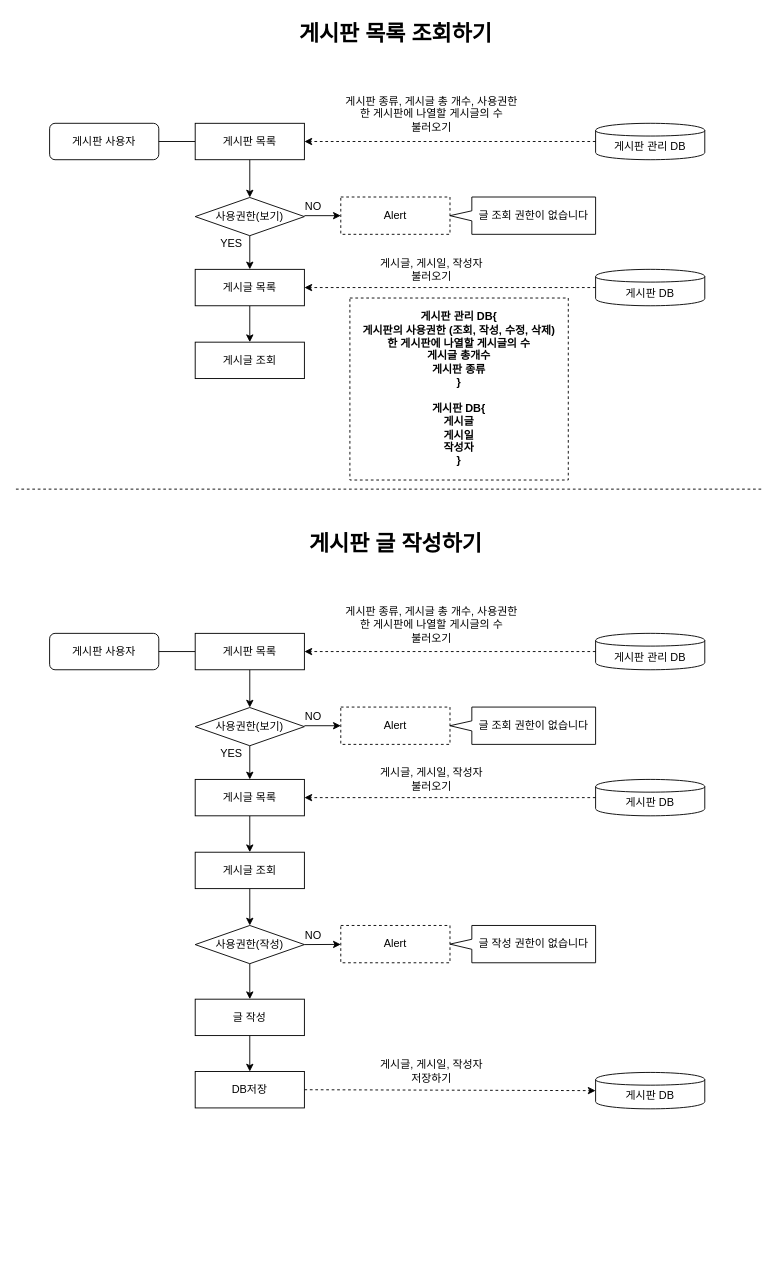
The draw.io diagram BBS.drawio in kingpig77/Git_CSharp, before the edit. Source tidied: cells renumbered, new cells numbered last; positions are measured from the earlier drawing's top-left corner, leaving out a move shared by most shapes. Both pictures are drawn from the tidied source at 91%, with x=0, y=0 at pixel (15, 15).
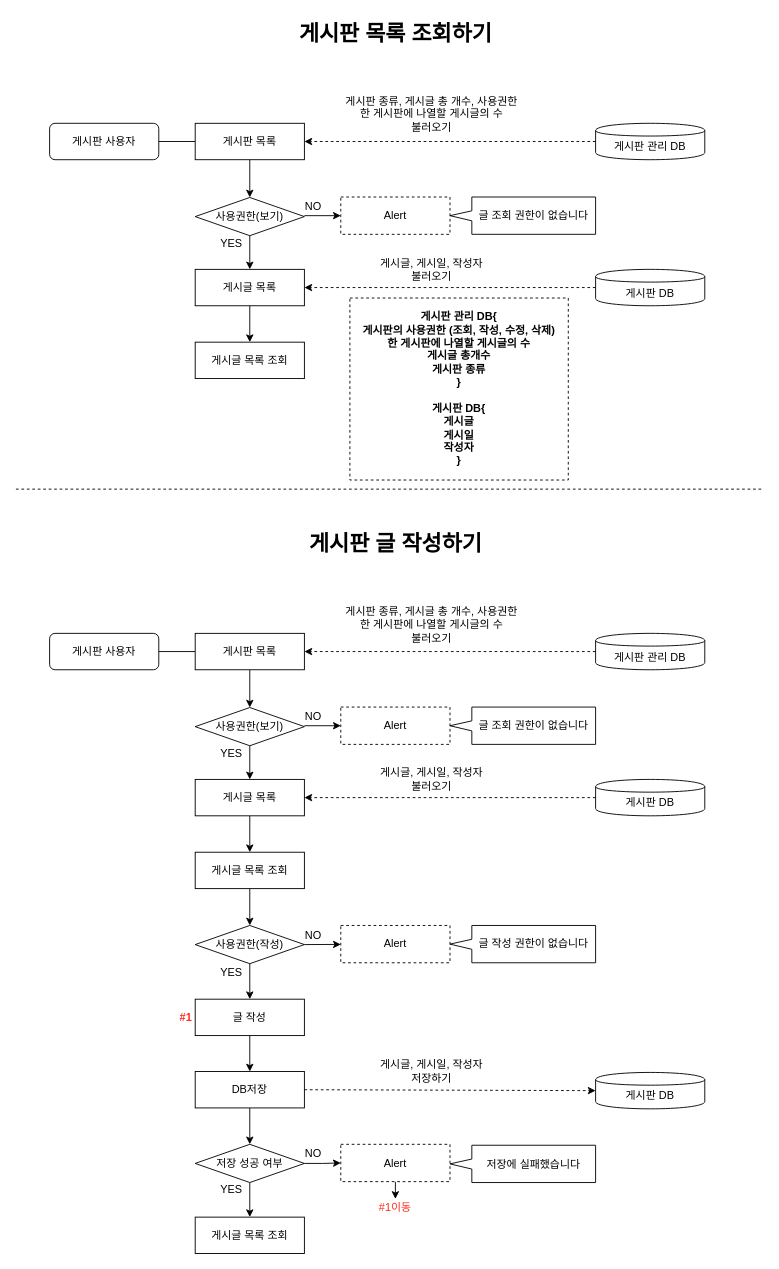
The same page after the edit.

The change refers to these unchanged cells:
```xml
<mxCell id="56" value="DB저장" style="rounded=0;whiteSpace=wrap;html=1;" parent="1" vertex="1">
  <mxGeometry x="197" y="1160" width="120" height="40" as="geometry" />
</mxCell>
```

Diff of the diagram source:
```diff
@@
-    <mxCell id="19" value="게시글 조회" style="rounded=0;whiteSpace=wrap;html=1;" parent="1" vertex="1">
+    <mxCell id="19" value="게시글 목록 조회" style="rounded=0;whiteSpace=wrap;html=1;" parent="1" vertex="1">
       <mxGeometry x="197" y="919" width="120" height="40" as="geometry" />
     </mxCell>
@@
-    <mxCell id="47" value="게시글 조회" style="rounded=0;whiteSpace=wrap;html=1;" parent="1" vertex="1">
+    <mxCell id="47" value="게시글 목록 조회" style="rounded=0;whiteSpace=wrap;html=1;" parent="1" vertex="1">
       <mxGeometry x="197" y="358.5" width="120" height="40" as="geometry" />
     </mxCell>
@@
+    <mxCell id="59" style="edgeStyle=orthogonalEdgeStyle;rounded=0;jettySize=auto;html=1;exitX=0.5;exitY=1;exitDx=0;exitDy=0;entryX=0.5;entryY=0;entryDx=0;entryDy=0;fontColor=#FF2B1C;" parent="1" edge="1" source="56" target="63">
+      <mxGeometry relative="1" as="geometry" />
+    </mxCell>
@@
+    <mxCell id="60" value="#1" style="text;html=1;strokeColor=none;fillColor=none;align=center;verticalAlign=middle;whiteSpace=wrap;rounded=0;fontColor=#FF2B1C;fontStyle=1;" parent="1" vertex="1">
+      <mxGeometry x="167" y="1091" width="40" height="20" as="geometry" />
+    </mxCell>
+    <mxCell id="61" style="edgeStyle=orthogonalEdgeStyle;rounded=0;jettySize=auto;html=1;exitX=1;exitY=0.5;exitDx=0;exitDy=0;entryX=0;entryY=0.5;entryDx=0;entryDy=0;fontColor=#FF2B1C;" parent="1" edge="1" source="63" target="65">
+      <mxGeometry relative="1" as="geometry" />
+    </mxCell>
+    <mxCell id="62" style="edgeStyle=orthogonalEdgeStyle;rounded=0;jettySize=auto;html=1;exitX=0.5;exitY=1;exitDx=0;exitDy=0;entryX=0.5;entryY=0;entryDx=0;entryDy=0;fontColor=#FF2B1C;" parent="1" edge="1" source="63" target="69">
+      <mxGeometry relative="1" as="geometry" />
+    </mxCell>
+    <mxCell id="63" value="저장 성공 여부" style="rhombus;whiteSpace=wrap;html=1;rounded=0;strokeColor=#000000;fontFamily=Helvetica;align=center;" parent="1" vertex="1">
+      <mxGeometry x="197" y="1240" width="120" height="42" as="geometry" />
+    </mxCell>
+    <mxCell id="64" style="edgeStyle=orthogonalEdgeStyle;rounded=0;jettySize=auto;html=1;exitX=0.5;exitY=1;exitDx=0;exitDy=0;fontColor=#FF2B1C;entryX=0.5;entryY=0;entryDx=0;entryDy=0;" parent="1" edge="1" source="65" target="68">
+      <mxGeometry relative="1" as="geometry" />
+    </mxCell>
+    <mxCell id="65" value="Alert" style="rounded=0;whiteSpace=wrap;html=1;strokeColor=#000000;fontFamily=Helvetica;align=center;dashed=1;" parent="1" vertex="1">
+      <mxGeometry x="357" y="1240" width="120" height="41" as="geometry" />
+    </mxCell>
+    <mxCell id="66" value="저장에 실패했습니다" style="shape=callout;whiteSpace=wrap;html=1;perimeter=calloutPerimeter;rounded=0;strokeColor=#000000;fontFamily=Helvetica;align=center;direction=south;size=24;position=0.37;base=11;" parent="1" vertex="1">
+      <mxGeometry x="477" y="1241" width="160" height="41" as="geometry" />
+    </mxCell>
+    <mxCell id="67" value="NO" style="text;html=1;strokeColor=none;fillColor=none;align=center;verticalAlign=middle;whiteSpace=wrap;rounded=0;dashed=1;fontFamily=Helvetica;" parent="1" vertex="1">
+      <mxGeometry x="307" y="1239.5" width="40" height="20" as="geometry" />
+    </mxCell>
+    <mxCell id="68" value="#1이동" style="text;html=1;strokeColor=none;fillColor=none;align=center;verticalAlign=middle;whiteSpace=wrap;rounded=0;fontColor=#FF2B1C;" parent="1" vertex="1">
+      <mxGeometry x="397" y="1300" width="40" height="20" as="geometry" />
+    </mxCell>
+    <mxCell id="69" value="게시글 목록 조회" style="rounded=0;whiteSpace=wrap;html=1;" parent="1" vertex="1">
+      <mxGeometry x="197" y="1320" width="120" height="40" as="geometry" />
+    </mxCell>
+    <mxCell id="70" value="YES" style="text;html=1;strokeColor=none;fillColor=none;align=center;verticalAlign=middle;whiteSpace=wrap;rounded=0;dashed=1;fontFamily=Helvetica;" parent="1" vertex="1">
+      <mxGeometry x="217" y="1040.5" width="40" height="20" as="geometry" />
+    </mxCell>
+    <mxCell id="71" value="YES" style="text;html=1;strokeColor=none;fillColor=none;align=center;verticalAlign=middle;whiteSpace=wrap;rounded=0;dashed=1;fontFamily=Helvetica;" parent="1" vertex="1">
+      <mxGeometry x="217" y="1280" width="40" height="20" as="geometry" />
+    </mxCell>
```
